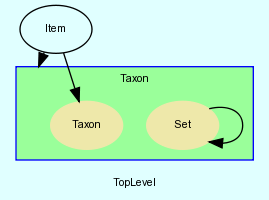
This is doc/dot/f_9.png from ddiez/seqminer, a Graphviz export, as it was before one commit. Its source is kept beside it as doc/dot/f_9.dot. Its diagram source:
```dot
digraph TopLevel {
    label = "TopLevel"
    compound = true
    fontname = Arial
    fontsize = 8
    bgcolor = lightcyan1
    node [
        color = black,
        fontname = Arial,
        fontsize = 8
    ]

    Taxon__Set -> Taxon__Set [

    ]

    Item [
        URL = "classes/Item.html",
        label = "Item"
    ]

    Item -> Taxon__Taxon [

    ]

    subgraph cluster_Taxon {
        label = "Taxon"
        fillcolor = palegreen1
        URL = "classes/Taxon.html"
        color = blue
        fontname = Arial
        style = filled
        Taxon [
            shape = plaintext,
            height = 0.01,
            width = 0.01,
            label = ""
        ]

        Taxon__Set [
            fontcolor = black,
            shape = ellipse,
            URL = "classes/Taxon/Set.html",
            color = palegoldenrod,
            style = filled,
            label = "Set"
        ]

        Taxon__Taxon [
            fontcolor = black,
            shape = ellipse,
            URL = "classes/Taxon/Taxon.html",
            color = palegoldenrod,
            style = filled,
            label = "Taxon"
        ]

    }

    Item -> Taxon [
        lhead = cluster_Taxon
    ]

}
```
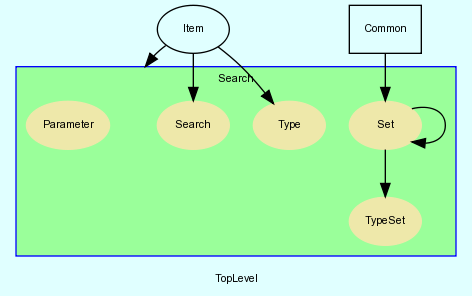
The same diagram one commit later.

The edit, as a diff of the source:
```diff
@@ -10,55 +10,100 @@
         fontsize = 8
     ]
 
-    Taxon__Set -> Taxon__Set [
-
-    ]
-
     Item [
         URL = "classes/Item.html",
         label = "Item"
     ]
 
-    Item -> Taxon__Taxon [
+    Item -> Search__Search [
 
     ]
 
-    subgraph cluster_Taxon {
-        label = "Taxon"
+    Search__Set -> Search__TypeSet [
+
+    ]
+
+    Common [
+        shape = box,
+        URL = "classes/Common.html",
+        label = "Common"
+    ]
+
+    Common -> Search__Set [
+
+    ]
+
+    Search__Set -> Search__Set [
+
+    ]
+
+    Item -> Search__Type [
+
+    ]
+
+    subgraph cluster_Search {
+        label = "Search"
         fillcolor = palegreen1
-        URL = "classes/Taxon.html"
+        URL = "classes/Search.html"
         color = blue
         fontname = Arial
         style = filled
-        Taxon [
+        Search [
             shape = plaintext,
             height = 0.01,
             width = 0.01,
             label = ""
         ]
 
-        Taxon__Set [
+        Search__Search [
             fontcolor = black,
             shape = ellipse,
-            URL = "classes/Taxon/Set.html",
+            URL = "classes/Search/Search.html",
+            color = palegoldenrod,
+            style = filled,
+            label = "Search"
+        ]
+
+        Search__TypeSet [
+            fontcolor = black,
+            shape = ellipse,
+            URL = "classes/Search/TypeSet.html",
+            color = palegoldenrod,
+            style = filled,
+            label = "TypeSet"
+        ]
+
+        Search__Set [
+            fontcolor = black,
+            shape = ellipse,
+            URL = "classes/Search/Set.html",
             color = palegoldenrod,
             style = filled,
             label = "Set"
         ]
 
-        Taxon__Taxon [
+        Search__Parameter [
             fontcolor = black,
             shape = ellipse,
-            URL = "classes/Taxon/Taxon.html",
+            URL = "classes/Search/Parameter.html",
             color = palegoldenrod,
             style = filled,
-            label = "Taxon"
+            label = "Parameter"
+        ]
+
+        Search__Type [
+            fontcolor = black,
+            shape = ellipse,
+            URL = "classes/Search/Type.html",
+            color = palegoldenrod,
+            style = filled,
+            label = "Type"
         ]
 
     }
 
-    Item -> Taxon [
-        lhead = cluster_Taxon
+    Item -> Search [
+        lhead = cluster_Search
     ]
 
 }
```
